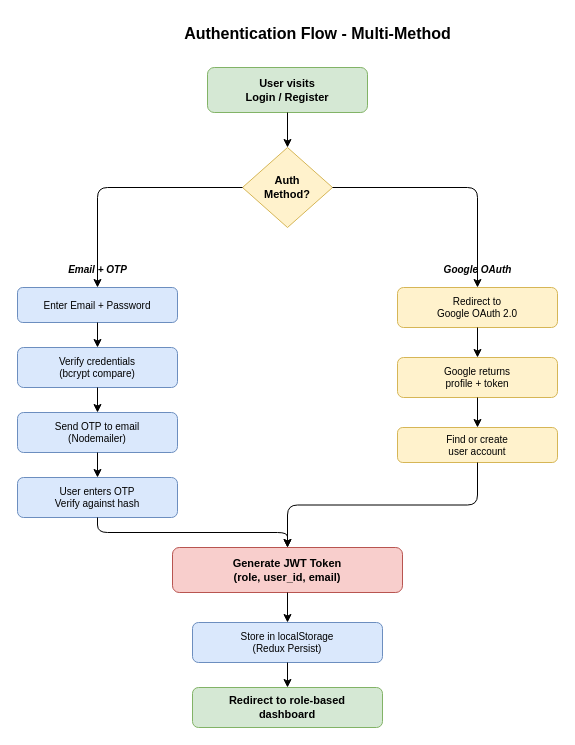
Earlier version of the draw.io diagram docs/report/diagrams/3.10_authentication_flow.drawio (JaiminPatel345/MicroMerit-Portal). Source tidied: cells renumbered, new cells numbered last; positions are measured from the earlier drawing's top-left corner, leaving out a move shared by most shapes. Both pictures are drawn from the tidied source at 100%, with x=0, y=0 at pixel (17, 17).
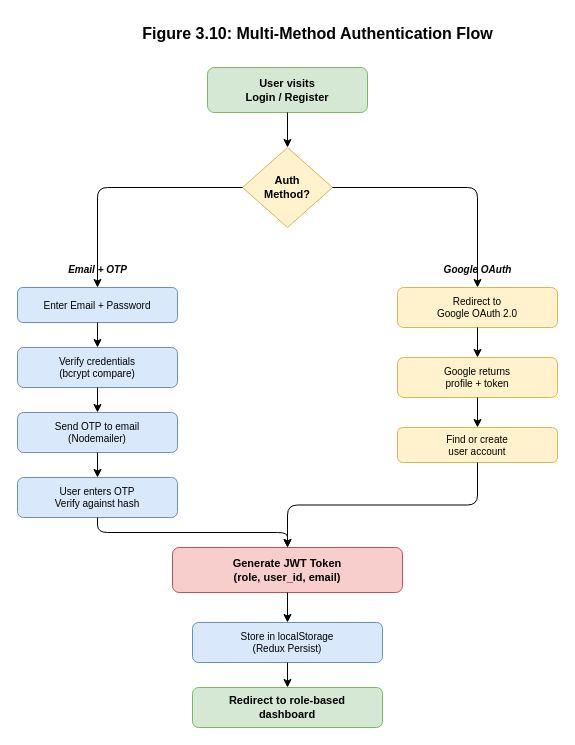
The same page after the edit.

Diff of the diagram source:
```diff
@@
-    <mxCell id="2" value="Authentication Flow - Multi-Method" style="text;html=1;fontSize=16;fontStyle=1;align=center;" parent="1" vertex="1">
-      <mxGeometry x="120" width="360" height="30" as="geometry" />
+    <mxCell id="2" value="Figure 3.10: Multi-Method Authentication Flow" style="text;html=1;fontSize=16;fontStyle=1;align=center;" parent="1" vertex="1">
+      <mxGeometry x="70" width="460" height="30" as="geometry" />
     </mxCell>
```
